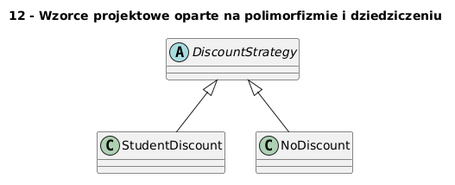
Above: src/_04-classes/12-design-patterns-polymorphism/diagrams/topic_12.png in tborzyszkowski/python-programming (PlantUML), before the change.
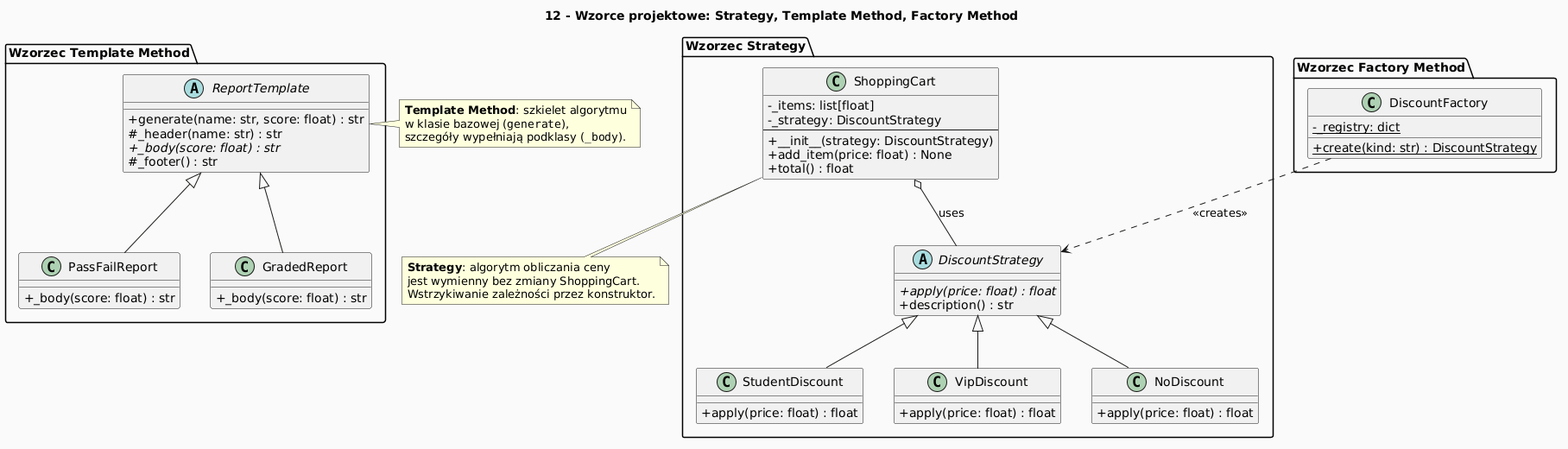
After the change.

Change to the diagram source:
```diff
@@ -1,9 +1,70 @@
 @startuml
 skinparam classAttributeIconSize 0
-        title 12 - Wzorce projektowe oparte na polimorfizmie i dziedziczeniu
-        abstract class DiscountStrategy
-class StudentDiscount
-class NoDiscount
-DiscountStrategy <|-- StudentDiscount
-DiscountStrategy <|-- NoDiscount
+skinparam backgroundColor #FAFAFA
+title 12 - Wzorce projektowe: Strategy, Template Method, Factory Method
+
+package "Wzorzec Strategy" {
+  abstract class DiscountStrategy {
+    + {abstract} apply(price: float) : float
+    + description() : str
+  }
+  class StudentDiscount {
+    + apply(price: float) : float
+  }
+  class VipDiscount {
+    + apply(price: float) : float
+  }
+  class NoDiscount {
+    + apply(price: float) : float
+  }
+  class ShoppingCart {
+    - _items: list[float]
+    - _strategy: DiscountStrategy
+    --
+    + __init__(strategy: DiscountStrategy)
+    + add_item(price: float) : None
+    + total() : float
+  }
+  DiscountStrategy <|-- StudentDiscount
+  DiscountStrategy <|-- VipDiscount
+  DiscountStrategy <|-- NoDiscount
+  ShoppingCart o-- DiscountStrategy : uses
+}
+
+package "Wzorzec Template Method" {
+  abstract class ReportTemplate {
+    + generate(name: str, score: float) : str
+    # _header(name: str) : str
+    + {abstract} _body(score: float) : str
+    # _footer() : str
+  }
+  class PassFailReport {
+    + _body(score: float) : str
+  }
+  class GradedReport {
+    + _body(score: float) : str
+  }
+  ReportTemplate <|-- PassFailReport
+  ReportTemplate <|-- GradedReport
+}
+
+package "Wzorzec Factory Method" {
+  class DiscountFactory {
+    {static} + create(kind: str) : DiscountStrategy
+    {static} - _registry: dict
+  }
+  DiscountFactory ..> DiscountStrategy : <<creates>>
+}
+
+note bottom of ShoppingCart
+  **Strategy**: algorytm obliczania ceny
+  jest wymienny bez zmiany ShoppingCart.
+  Wstrzykiwanie zależności przez konstruktor.
+end note
+
+note right of ReportTemplate
+  **Template Method**: szkielet algorytmu
+  w klasie bazowej (""generate""),
+  szczegóły wypełniają podklasy (""_body"").
+end note
 @enduml
```
